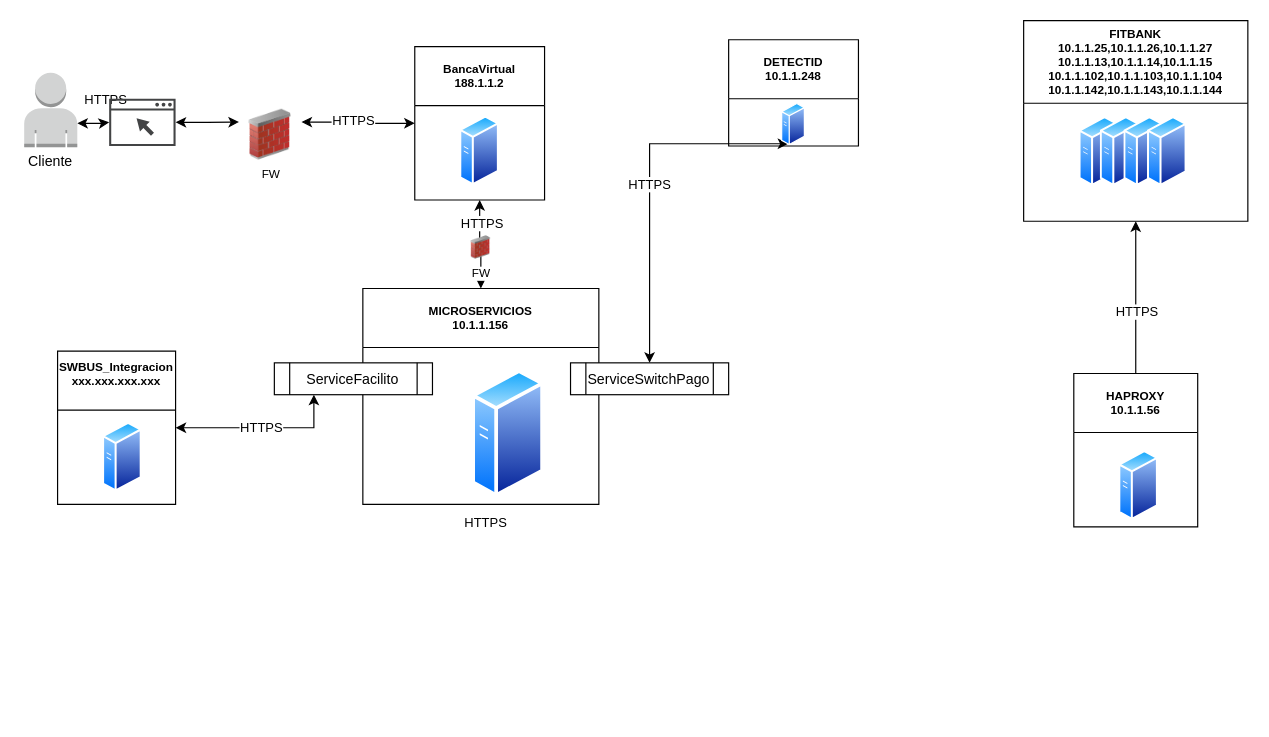
Earlier version of the draw.io diagram ServicesPayment.drawio (davidguillermofg/Diagrams). Source tidied: cells renumbered, new cells numbered last; positions are measured from the earlier drawing's top-left corner, leaving out a move shared by most shapes. Both pictures are drawn from the tidied source at 118%, with x=0, y=0 at pixel (20, 20).
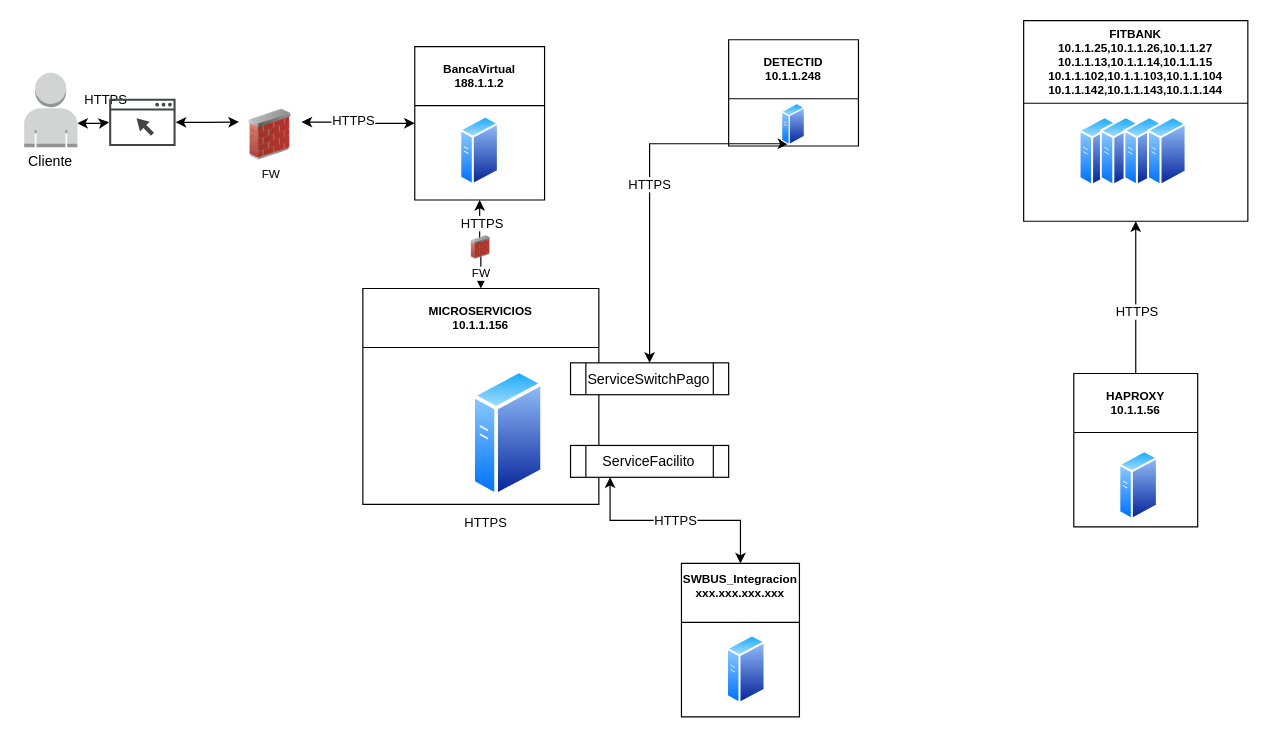
Above is the later version.

Change to the diagram source:
```diff
@@
     <mxCell id="21" value="SWBUS_Integracion&#10;xxx.xxx.xxx.xxx&#10;" style="swimlane;startSize=50;fontSize=10;" parent="1" vertex="1">
-      <mxGeometry x="31.3" y="280" width="100" height="130" as="geometry" />
+      <mxGeometry x="560" y="460" width="100" height="130" as="geometry" />
     </mxCell>
@@
-    <mxCell id="23" value="HTTPS" style="edgeStyle=orthogonalEdgeStyle;rounded=0;jettySize=auto;html=1;exitX=1;exitY=0.5;exitDx=0;exitDy=0;startArrow=classic;startFill=1;entryX=0.25;entryY=1;entryDx=0;entryDy=0;" parent="1" edge="1" source="21" target="25">
+    <mxCell id="23" value="HTTPS" style="edgeStyle=orthogonalEdgeStyle;rounded=0;jettySize=auto;html=1;exitX=0.5;exitY=0;exitDx=0;exitDy=0;startArrow=classic;startFill=1;entryX=0.25;entryY=1;entryDx=0;entryDy=0;" parent="1" edge="1" source="21" target="25">
       <mxGeometry relative="1" as="geometry" />
     </mxCell>
@@
     <mxCell id="25" value="ServiceFacilito" style="shape=process;whiteSpace=wrap;html=1;backgroundOutline=1;" parent="1" vertex="1">
-      <mxGeometry x="215" y="290" width="134" height="27" as="geometry" />
+      <mxGeometry x="466" y="360" width="134" height="27" as="geometry" />
     </mxCell>
```
